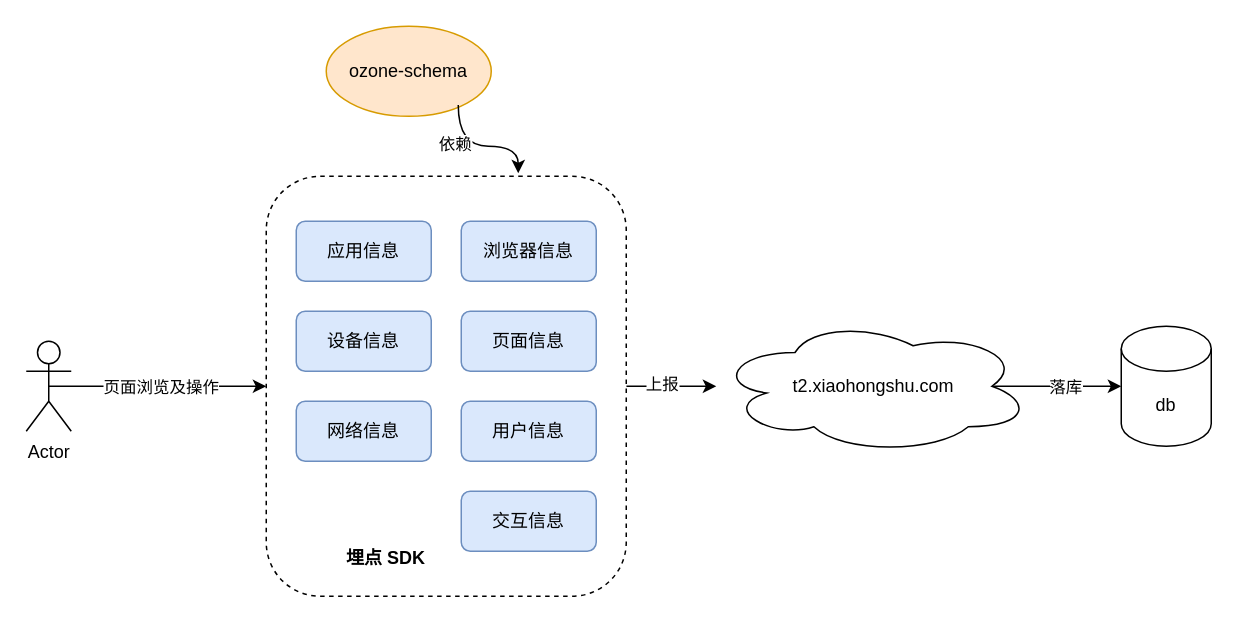
This is 业务埋点 sdk.drawio from itellboy/itellboy, a draw.io file, before an edit. Source tidied: cells renumbered, new cells numbered last; positions are measured from the earlier drawing's top-left corner, leaving out a move shared by most shapes. Both pictures are drawn from the tidied source at 150%, with x=0, y=0 at pixel (26, 26).
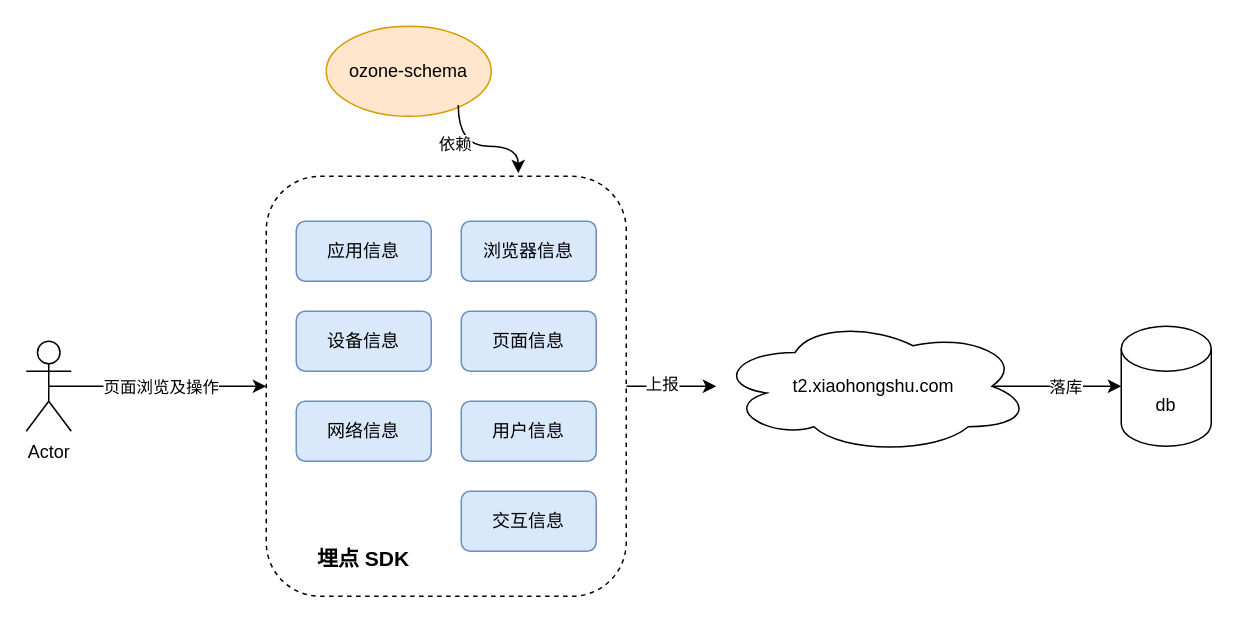
Above is the later version.

Commit message:
更新业务埋点 sdk.drawio

Diff of the diagram source:
```diff
@@
-    <mxCell id="13" value="埋点 SDK" style="text;html=1;strokeColor=none;fillColor=none;align=center;verticalAlign=middle;whiteSpace=wrap;rounded=0;fontStyle=1;" parent="1" vertex="1">
-      <mxGeometry x="210" y="340" width="60" height="30" as="geometry" />
+    <mxCell id="13" value="埋点 SDK" style="text;html=1;strokeColor=none;fillColor=none;align=center;verticalAlign=middle;whiteSpace=wrap;rounded=0;fontStyle=1;fontSize=14;" parent="1" vertex="1">
+      <mxGeometry x="190" y="340" width="70" height="30" as="geometry" />
     </mxCell>
```
